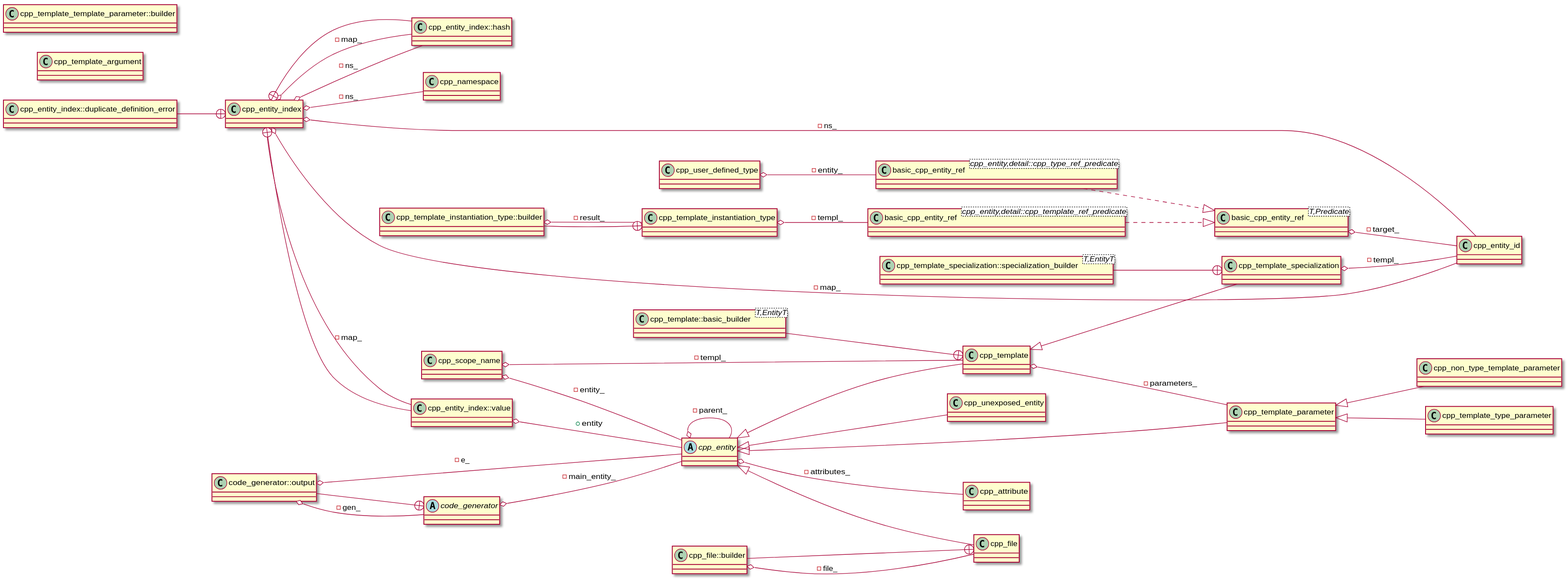
Before: cppast/puml/cpp_entity_index_class_diagram.svg, a diagram exported from PlantUML (bkryza/clang-uml-examples).
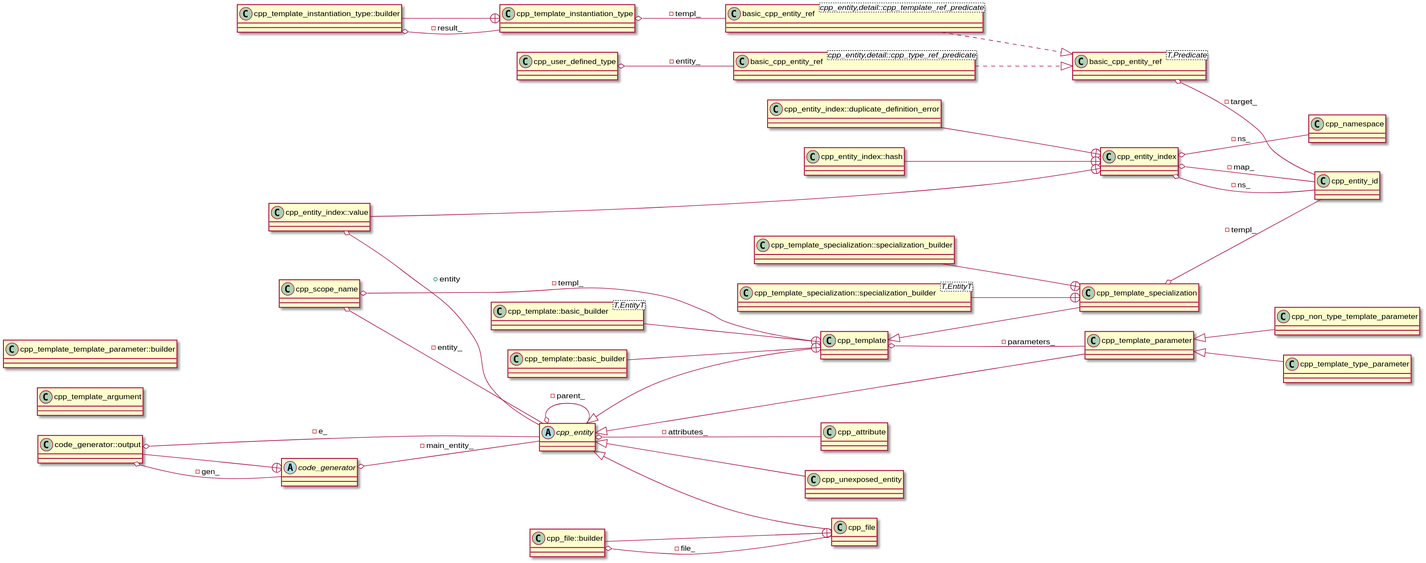
Later version of the same file.

The edit, as a diff of the source:
```diff
@@ -6,14 +6,14 @@
 class "cpp_entity_index" as C_0001989731226165037041
 class C_0001989731226165037041 [[https://github.com/foonathan/cppast/blob/f81be80b524a88533f7e5eefd96fe10dc59cc289/include/cppast/cpp_entity_index.hpp#L58{An index of all [cppast::cpp_entity]() objects created. It maps [cppast::cpp_entity_id]() to references to the [cppast::cpp_entity]() objects.}]] {
 }
-class "cpp_entity_index::duplicate_definition_error" as C_0000761091778949007359
-class C_0000761091778949007359 [[https://github.com/foonathan/cppast/blob/f81be80b524a88533f7e5eefd96fe10dc59cc289/include/cppast/cpp_entity_index.hpp#L62{Exception thrown on duplicate entity definition.}]] {
+class "cpp_entity_index::duplicate_definition_error" as C_0001989531636101477120
+class C_0001989531636101477120 [[https://github.com/foonathan/cppast/blob/f81be80b524a88533f7e5eefd96fe10dc59cc289/include/cppast/cpp_entity_index.hpp#L62{Exception thrown on duplicate entity definition.}]] {
 }
-class "cpp_entity_index::hash" as C_0000635901897695170526
-class C_0000635901897695170526 [[https://github.com/foonathan/cppast/blob/f81be80b524a88533f7e5eefd96fe10dc59cc289/include/cppast/cpp_entity_index.hpp#L116{cpp_entity_index##hash}]] {
+class "cpp_entity_index::hash" as C_0000634431773903245144
+class C_0000634431773903245144 [[https://github.com/foonathan/cppast/blob/f81be80b524a88533f7e5eefd96fe10dc59cc289/include/cppast/cpp_entity_index.hpp#L116{cpp_entity_index##hash}]] {
 }
-class "cpp_entity_index::value" as C_0000872880435681158377
-class C_0000872880435681158377 [[https://github.com/foonathan/cppast/blob/f81be80b524a88533f7e5eefd96fe10dc59cc289/include/cppast/cpp_entity_index.hpp#L124{cpp_entity_index##value}]] {
+class "cpp_entity_index::value" as C_0001918458639534713763
+class C_0001918458639534713763 [[https://github.com/foonathan/cppast/blob/f81be80b524a88533f7e5eefd96fe10dc59cc289/include/cppast/cpp_entity_index.hpp#L124{cpp_entity_index##value}]] {
 }
 class "cpp_attribute" as C_0000560657228528420559
 class C_0000560657228528420559 [[https://github.com/foonathan/cppast/blob/f81be80b524a88533f7e5eefd96fe10dc59cc289/include/cppast/cpp_attribute.hpp#L42{A C++ attribute, including `alignas` specifiers. It consists of a name, an optional namespace scope and optional arguments. The scope is just a single identifier and doesn't include the `::` and can be given explicitly or via using. The arguments are as...}]] {
@@ -33,8 +33,8 @@
 class "cpp_file" as C_0001248593507051490272
 class C_0001248593507051490272 [[https://github.com/foonathan/cppast/blob/f81be80b524a88533f7e5eefd96fe10dc59cc289/include/cppast/cpp_file.hpp#L27{A [cppast::cpp_entity]() modelling a file. This is the top-level entity of the AST.}]] {
 }
-class "cpp_file::builder" as C_0000664553235891385886
-class C_0000664553235891385886 [[https://github.com/foonathan/cppast/blob/f81be80b524a88533f7e5eefd96fe10dc59cc289/include/cppast/cpp_file.hpp#L33{Builds a [cppast::cpp_file]().}]] {
+class "cpp_file::builder" as C_0000804413027846012019
+class C_0000804413027846012019 [[https://github.com/foonathan/cppast/blob/f81be80b524a88533f7e5eefd96fe10dc59cc289/include/cppast/cpp_file.hpp#L33{Builds a [cppast::cpp_file]().}]] {
 }
 class "cpp_template" as C_0000007122300671081288
 class C_0000007122300671081288 [[https://github.com/foonathan/cppast/blob/f81be80b524a88533f7e5eefd96fe10dc59cc289/include/cppast/cppast_fwd.hpp#L61{cpp_template}]] {
@@ -66,8 +66,8 @@
 class "cpp_user_defined_type" as C_0002166954434825938188
 class C_0002166954434825938188 [[https://github.com/foonathan/cppast/blob/f81be80b524a88533f7e5eefd96fe10dc59cc289/include/cppast/cppast_fwd.hpp#L75{cpp_user_defined_type}]] {
 }
-class "code_generator::output" as C_0002222237112070070423
-class C_0002222237112070070423 [[https://github.com/foonathan/cppast/blob/f81be80b524a88533f7e5eefd96fe10dc59cc289/include/cppast/code_generator.hpp#L168{Sentinel type used to output a given entity.}]] {
+class "code_generator::output" as C_0000192432743316866604
+class C_0000192432743316866604 [[https://github.com/foonathan/cppast/blob/f81be80b524a88533f7e5eefd96fe10dc59cc289/include/cppast/code_generator.hpp#L168{Sentinel type used to output a given entity.}]] {
 }
 class "basic_cpp_entity_ref<cpp_entity,detail::cpp_type_ref_predicate>" as C_0001754391255065006254
 class C_0001754391255065006254 {
@@ -75,28 +75,31 @@
 class "basic_cpp_entity_ref<cpp_entity,detail::cpp_template_ref_predicate>" as C_0001397949548864734907
 class C_0001397949548864734907 {
 }
-class "cpp_template_template_parameter::builder" as C_0001118280336262041582
-class C_0001118280336262041582 [[https://github.com/foonathan/cppast/blob/f81be80b524a88533f7e5eefd96fe10dc59cc289/include/cppast/cpp_template_parameter.hpp#L179{Builds a [cppast::cpp_template_template_parameter]().}]] {
+class "cpp_template_template_parameter::builder" as C_0002011376350760136340
+class C_0002011376350760136340 [[https://github.com/foonathan/cppast/blob/f81be80b524a88533f7e5eefd96fe10dc59cc289/include/cppast/cpp_template_parameter.hpp#L179{Builds a [cppast::cpp_template_template_parameter]().}]] {
 }
-class "cpp_template::basic_builder<T,EntityT>" as C_0001104269972866917281
-class C_0001104269972866917281 [[https://github.com/foonathan/cppast/blob/f81be80b524a88533f7e5eefd96fe10dc59cc289/include/cppast/cpp_template.hpp#L36{Builder class for templates. Inherit from it to provide additional setter.}]] {
+class "cpp_template::basic_builder<T,EntityT>" as C_0001612795213388544040
+class C_0001612795213388544040 [[https://github.com/foonathan/cppast/blob/f81be80b524a88533f7e5eefd96fe10dc59cc289/include/cppast/cpp_template.hpp#L36{Builder class for templates. Inherit from it to provide additional setter.}]] {
 }
-class "cpp_template_instantiation_type::builder" as C_0000579013770947347620
-class C_0000579013770947347620 [[https://github.com/foonathan/cppast/blob/f81be80b524a88533f7e5eefd96fe10dc59cc289/include/cppast/cpp_template.hpp#L97{Builds a [cppast::cpp_template_instantiation]().}]] {
+class "cpp_template::basic_builder" as C_0000038754313293006440
+class C_0000038754313293006440 [[https://github.com/foonathan/cppast/blob/f81be80b524a88533f7e5eefd96fe10dc59cc289/include/cppast/cpp_template.hpp#L36{Builder class for templates. Inherit from it to provide additional setter.}]] {
 }
-class "cpp_template_specialization::specialization_builder<T,EntityT>" as C_0001510136418131370008
-class C_0001510136418131370008 [[https://github.com/foonathan/cppast/blob/f81be80b524a88533f7e5eefd96fe10dc59cc289/include/cppast/cpp_template.hpp#L223{Builder class for specializations. Inherit from it to provide additional setter.}]] {
+class "cpp_template_instantiation_type::builder" as C_0000643437011741382402
+class C_0000643437011741382402 [[https://github.com/foonathan/cppast/blob/f81be80b524a88533f7e5eefd96fe10dc59cc289/include/cppast/cpp_template.hpp#L97{Builds a [cppast::cpp_template_instantiation]().}]] {
+}
+class "cpp_template_specialization::specialization_builder<T,EntityT>" as C_0000577199294850900499
+class C_0000577199294850900499 [[https://github.com/foonathan/cppast/blob/f81be80b524a88533f7e5eefd96fe10dc59cc289/include/cppast/cpp_template.hpp#L223{Builder class for specializations. Inherit from it to provide additional setter.}]] {
+}
+class "cpp_template_specialization::specialization_builder" as C_0001653809872678956738
+class C_0001653809872678956738 [[https://github.com/foonathan/cppast/blob/f81be80b524a88533f7e5eefd96fe10dc59cc289/include/cppast/cpp_template.hpp#L223{Builder class for specializations. Inherit from it to provide additional setter.}]] {
 }
 C_0001989731226165037041 o-- C_0001152344551163828554 : -map_
-C_0001989731226165037041 o-- C_0000872880435681158377 : -map_
-C_0001989731226165037041 o-- C_0000635901897695170526 : -map_
 C_0001989731226165037041 o-- C_0001152344551163828554 : -ns_
 C_0001989731226165037041 o-- C_0001318630691633731356 : -ns_
-C_0001989731226165037041 o-- C_0000635901897695170526 : -ns_
-C_0000761091778949007359 --+ C_0001989731226165037041
-C_0000635901897695170526 --+ C_0001989731226165037041
-C_0000872880435681158377 o-- C_0001854695372332280903 : +entity
-C_0000872880435681158377 --+ C_0001989731226165037041
+C_0001989531636101477120 --+ C_0001989731226165037041
+C_0000634431773903245144 --+ C_0001989731226165037041
+C_0001918458639534713763 --+ C_0001989731226165037041
+C_0001918458639534713763 o-- C_0001854695372332280903 : +entity
 C_0001691123644971107631 o-- C_0001854695372332280903 : -entity_
 C_0001691123644971107631 o-- C_0000007122300671081288 : -templ_
 C_0001854695372332280903 o-- C_0000560657228528420559 : -attributes_
@@ -104,8 +107,8 @@
 C_0001854695372332280903 <|-- C_0001449857709503654826
 C_0001879680673732685376 o-- C_0001152344551163828554 : -target_
 C_0001854695372332280903 <|-- C_0001248593507051490272
-C_0000664553235891385886 o-- C_0001248593507051490272 : -file_
-C_0000664553235891385886 --+ C_0001248593507051490272
+C_0000804413027846012019 --+ C_0001248593507051490272
+C_0000804413027846012019 o-- C_0001248593507051490272 : -file_
 C_0000007122300671081288 o-- C_0001158442798649543268 : -parameters_
 C_0001854695372332280903 <|-- C_0000007122300671081288
 C_0000529201356065019777 o-- C_0001152344551163828554 : -templ_
@@ -116,13 +119,15 @@
 C_0001158442798649543268 <|-- C_0001461284658212381765
 C_0001158442798649543268 <|-- C_0001672854013158225149
 C_0002166954434825938188 o-- C_0001754391255065006254 : -entity_
-C_0002222237112070070423 o-- C_0000664741342971710245 : -gen_
-C_0002222237112070070423 o-- C_0001854695372332280903 : -e_
-C_0002222237112070070423 --+ C_0000664741342971710245
+C_0000192432743316866604 --+ C_0000664741342971710245
+C_0000192432743316866604 o-- C_0000664741342971710245 : -gen_
+C_0000192432743316866604 o-- C_0001854695372332280903 : -e_
 C_0001754391255065006254 ..|> C_0001879680673732685376
 C_0001397949548864734907 ..|> C_0001879680673732685376
-C_0001104269972866917281 --+ C_0000007122300671081288
-C_0000579013770947347620 o-- C_0001009421424714355715 : -result_
-C_0000579013770947347620 --+ C_0001009421424714355715
-C_0001510136418131370008 --+ C_0000529201356065019777
+C_0001612795213388544040 --+ C_0000007122300671081288
+C_0000038754313293006440 --+ C_0000007122300671081288
+C_0000643437011741382402 --+ C_0001009421424714355715
+C_0000643437011741382402 o-- C_0001009421424714355715 : -result_
+C_0000577199294850900499 --+ C_0000529201356065019777
+C_0001653809872678956738 --+ C_0000529201356065019777
 @enduml
```
